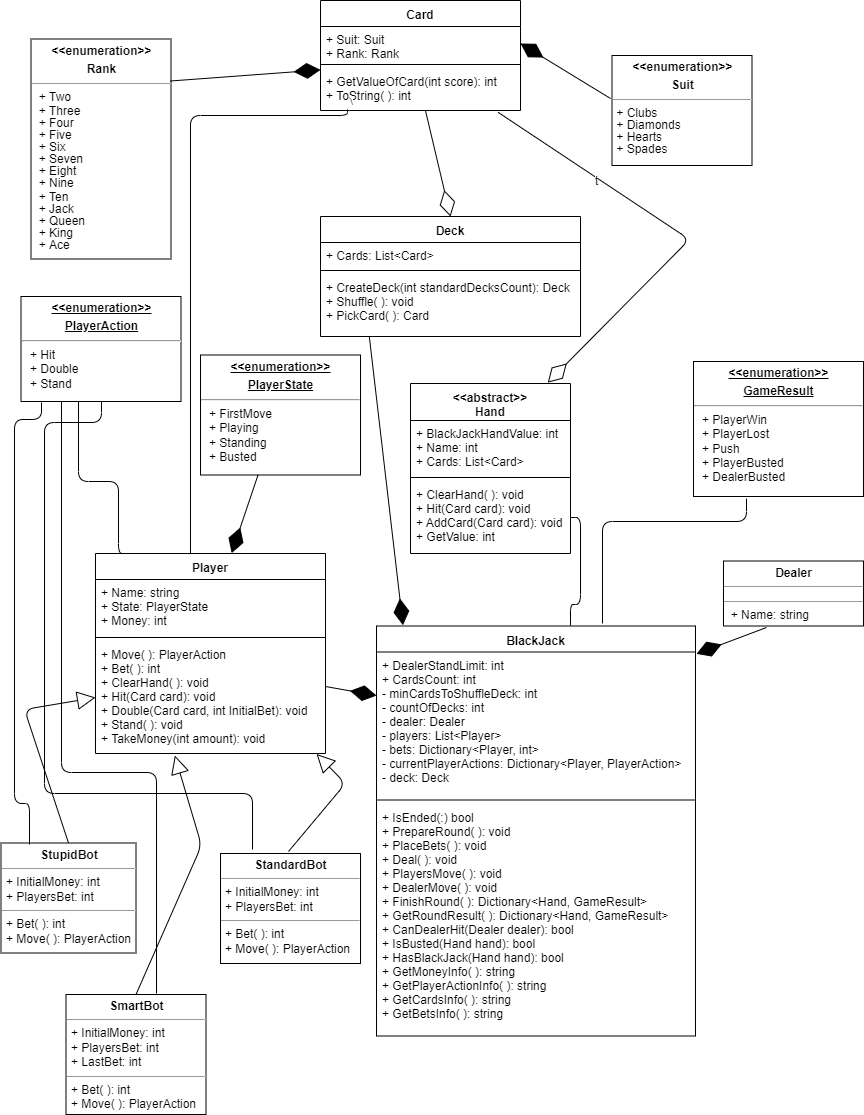
Above: KseniaLikhosherstova/Term2/Block2/Task2/uml.png in Stanislav-Sartasov/spsu-mm-se-programming (draw.io), before the change. Source tidied: cells renumbered, new cells last; positions are measured from the earlier drawing's top-left corner, leaving out a move shared by most shapes.
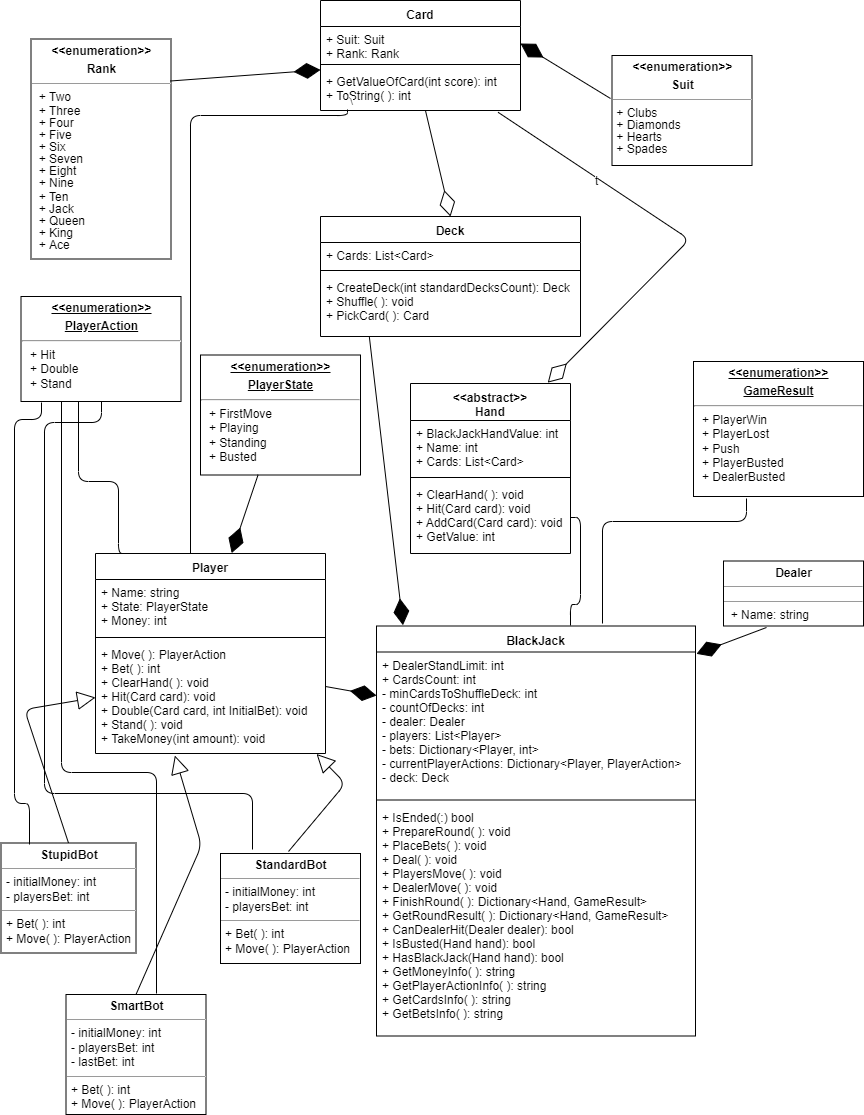
Later version of the same file.

Diff of the diagram source:
```diff
@@ -1,4 +1,4 @@
-<mxGraphModel>
+<mxGraphModel background="#FFFFFF">
   <root>
     <mxCell id="0" />
     <mxCell id="1" parent="0" />
@@ -85,13 +85,13 @@
     <mxCell id="28" value="&lt;p style=&quot;margin: 0px ; margin-top: 4px ; text-align: center ; text-decoration: underline&quot;&gt;&lt;b&gt;&amp;lt;&amp;lt;enumeration&amp;gt;&amp;gt;&lt;/b&gt;&lt;/p&gt;&lt;p style=&quot;margin: 0px ; margin-top: 4px ; text-align: center ; text-decoration: underline&quot;&gt;&lt;b&gt;GameResult&lt;/b&gt;&lt;/p&gt;&lt;hr&gt;&lt;p style=&quot;margin: 0px ; margin-left: 8px&quot;&gt;+ PlayerWin&lt;/p&gt;&lt;p style=&quot;margin: 0px ; margin-left: 8px&quot;&gt;+ PlayerLost&lt;/p&gt;&lt;p style=&quot;margin: 0px ; margin-left: 8px&quot;&gt;+ Push&lt;/p&gt;&lt;p style=&quot;margin: 0px ; margin-left: 8px&quot;&gt;+ PlayerBusted&lt;/p&gt;&lt;p style=&quot;margin: 0px ; margin-left: 8px&quot;&gt;+ DealerBusted&lt;/p&gt;" style="verticalAlign=top;align=left;overflow=fill;fontSize=12;fontFamily=Helvetica;html=1;" parent="1" vertex="1">
       <mxGeometry x="693" y="361" width="170" height="135" as="geometry" />
     </mxCell>
-    <mxCell id="29" value="&lt;p style=&quot;margin: 0px ; margin-top: 4px ; text-align: center&quot;&gt;&lt;b&gt;StupidBot&lt;/b&gt;&lt;/p&gt;&lt;hr size=&quot;1&quot;&gt;&lt;p style=&quot;margin: 0px ; margin-left: 4px&quot;&gt;+ InitialMoney: int&lt;/p&gt;&lt;p style=&quot;margin: 0px ; margin-left: 4px&quot;&gt;+ PlayersBet: int&lt;/p&gt;&lt;hr size=&quot;1&quot;&gt;&lt;p style=&quot;margin: 0px ; margin-left: 4px&quot;&gt;+ Bet( ): int&lt;/p&gt;&lt;p style=&quot;margin: 0px ; margin-left: 4px&quot;&gt;+ Move( ): PlayerAction&lt;/p&gt;" style="verticalAlign=top;align=left;overflow=fill;fontSize=12;fontFamily=Helvetica;html=1;" parent="1" vertex="1">
+    <mxCell id="29" value="&lt;p style=&quot;margin: 0px ; margin-top: 4px ; text-align: center&quot;&gt;&lt;b&gt;StupidBot&lt;/b&gt;&lt;/p&gt;&lt;hr size=&quot;1&quot;&gt;&lt;p style=&quot;margin: 0px ; margin-left: 4px&quot;&gt;- initialMoney: int&lt;/p&gt;&lt;p style=&quot;margin: 0px ; margin-left: 4px&quot;&gt;- playersBet: int&lt;/p&gt;&lt;hr size=&quot;1&quot;&gt;&lt;p style=&quot;margin: 0px ; margin-left: 4px&quot;&gt;+ Bet( ): int&lt;/p&gt;&lt;p style=&quot;margin: 0px ; margin-left: 4px&quot;&gt;+ Move( ): PlayerAction&lt;/p&gt;" style="verticalAlign=top;align=left;overflow=fill;fontSize=12;fontFamily=Helvetica;html=1;" parent="1" vertex="1">
       <mxGeometry x="0.5" y="842.5" width="135" height="110" as="geometry" />
     </mxCell>
-    <mxCell id="30" value="&lt;p style=&quot;margin: 0px ; margin-top: 4px ; text-align: center&quot;&gt;&lt;b&gt;SmartBot&lt;/b&gt;&lt;/p&gt;&lt;hr size=&quot;1&quot;&gt;&lt;p style=&quot;margin: 0px 0px 0px 4px&quot;&gt;+ InitialMoney: int&lt;/p&gt;&lt;p style=&quot;margin: 0px 0px 0px 4px&quot;&gt;+ PlayersBet: int&lt;/p&gt;&lt;p style=&quot;margin: 0px 0px 0px 4px&quot;&gt;+ LastBet: int&lt;/p&gt;&lt;hr size=&quot;1&quot;&gt;&lt;p style=&quot;margin: 0px 0px 0px 4px&quot;&gt;+ Bet( ): int&lt;/p&gt;&lt;p style=&quot;margin: 0px 0px 0px 4px&quot;&gt;+ Move( ): PlayerAction&lt;/p&gt;" style="verticalAlign=top;align=left;overflow=fill;fontSize=12;fontFamily=Helvetica;html=1;" parent="1" vertex="1">
+    <mxCell id="30" value="&lt;p style=&quot;margin: 0px ; margin-top: 4px ; text-align: center&quot;&gt;&lt;b&gt;SmartBot&lt;/b&gt;&lt;/p&gt;&lt;hr size=&quot;1&quot;&gt;&lt;p style=&quot;margin: 0px 0px 0px 4px&quot;&gt;- initialMoney: int&lt;/p&gt;&lt;p style=&quot;margin: 0px 0px 0px 4px&quot;&gt;- playersBet: int&lt;/p&gt;&lt;p style=&quot;margin: 0px 0px 0px 4px&quot;&gt;- lastBet: int&lt;/p&gt;&lt;hr size=&quot;1&quot;&gt;&lt;p style=&quot;margin: 0px 0px 0px 4px&quot;&gt;+ Bet( ): int&lt;/p&gt;&lt;p style=&quot;margin: 0px 0px 0px 4px&quot;&gt;+ Move( ): PlayerAction&lt;/p&gt;" style="verticalAlign=top;align=left;overflow=fill;fontSize=12;fontFamily=Helvetica;html=1;" parent="1" vertex="1">
       <mxGeometry x="65.5" y="994" width="140" height="120" as="geometry" />
     </mxCell>
-    <mxCell id="31" value="&lt;p style=&quot;margin: 0px ; margin-top: 4px ; text-align: center&quot;&gt;&lt;b&gt;StandardBot&lt;/b&gt;&lt;/p&gt;&lt;hr size=&quot;1&quot;&gt;&lt;p style=&quot;margin: 0px 0px 0px 4px&quot;&gt;+ InitialMoney: int&lt;/p&gt;&lt;p style=&quot;margin: 0px 0px 0px 4px&quot;&gt;+ PlayersBet: int&lt;/p&gt;&lt;hr size=&quot;1&quot;&gt;&lt;p style=&quot;margin: 0px 0px 0px 4px&quot;&gt;+ Bet( ): int&lt;/p&gt;&lt;p style=&quot;margin: 0px 0px 0px 4px&quot;&gt;+ Move( ): PlayerAction&lt;/p&gt;" style="verticalAlign=top;align=left;overflow=fill;fontSize=12;fontFamily=Helvetica;html=1;" parent="1" vertex="1">
+    <mxCell id="31" value="&lt;p style=&quot;margin: 0px ; margin-top: 4px ; text-align: center&quot;&gt;&lt;b&gt;StandardBot&lt;/b&gt;&lt;/p&gt;&lt;hr size=&quot;1&quot;&gt;&lt;p style=&quot;margin: 0px 0px 0px 4px&quot;&gt;- initialMoney: int&lt;/p&gt;&lt;p style=&quot;margin: 0px 0px 0px 4px&quot;&gt;- playersBet: int&lt;/p&gt;&lt;hr size=&quot;1&quot;&gt;&lt;p style=&quot;margin: 0px 0px 0px 4px&quot;&gt;+ Bet( ): int&lt;/p&gt;&lt;p style=&quot;margin: 0px 0px 0px 4px&quot;&gt;+ Move( ): PlayerAction&lt;/p&gt;" style="verticalAlign=top;align=left;overflow=fill;fontSize=12;fontFamily=Helvetica;html=1;" parent="1" vertex="1">
       <mxGeometry x="220" y="853" width="140" height="110" as="geometry" />
     </mxCell>
     <mxCell id="32" style="endArrow=block;endSize=16;endFill=0;html=1;entryX=0;entryY=0.5;entryDx=0;entryDy=0;exitX=0.5;exitY=0;exitDx=0;exitDy=0;" parent="1" edge="1" source="29" target="16">
```
